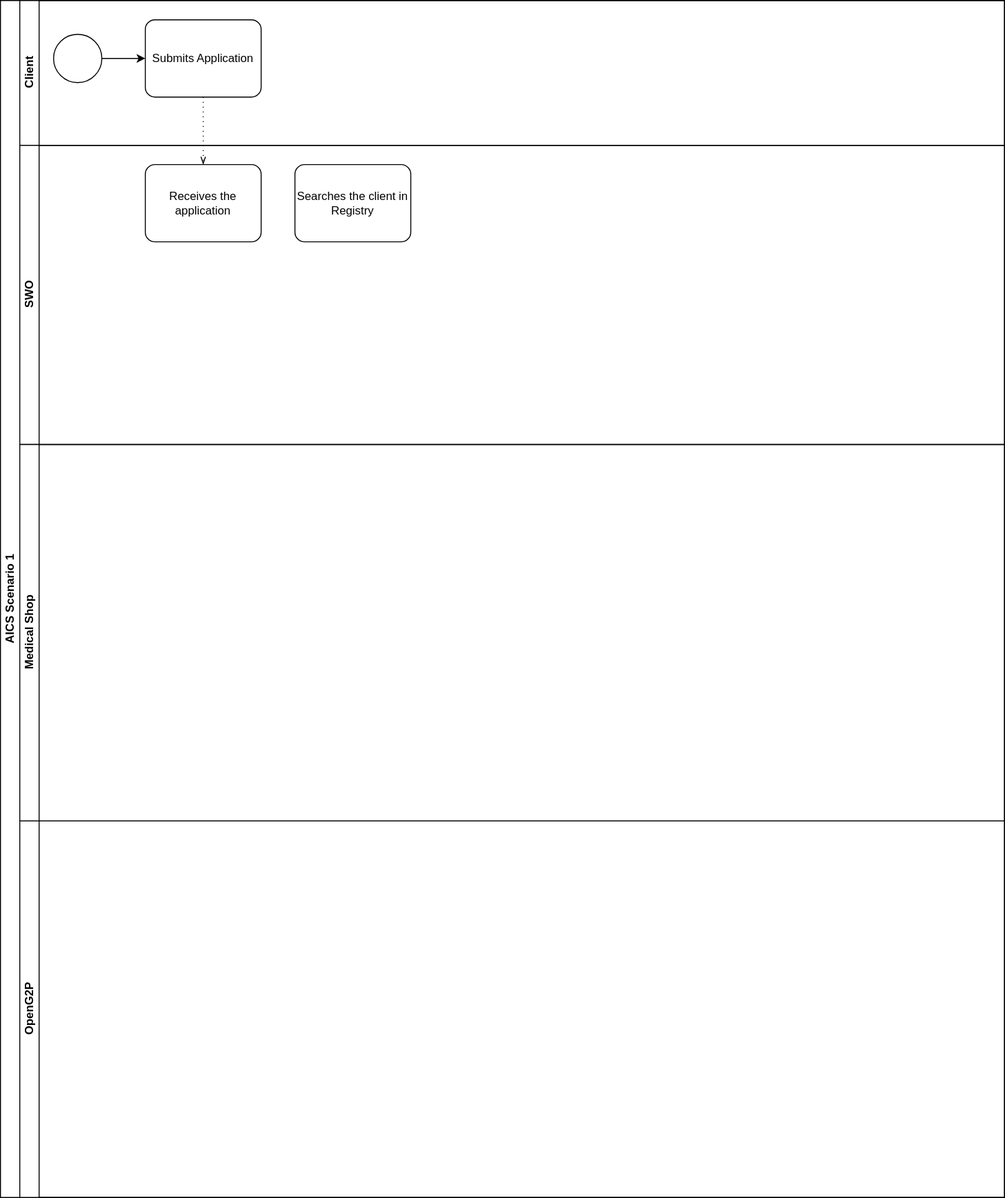
OpenG2P/openg2p-documentation keeps this draw.io diagram as .gitbook/assets/scenario_a_bpmn.svg. Above is the earlier version. Source tidied: cells renumbered, new cells last; positions are measured from the earlier drawing's top-left corner, leaving out a move shared by most shapes. Its diagram source:
```xml
<mxGraphModel>
  <root>
    <mxCell id="0" />
    <mxCell id="1" parent="0" />
    <mxCell id="2" value="AICS Scenario 1" style="swimlane;html=1;horizontal=0;startSize=20;whiteSpace=wrap;" parent="1" vertex="1">
      <mxGeometry width="1040" height="1240" as="geometry" />
    </mxCell>
    <mxCell id="3" value="Client" style="swimlane;html=1;startSize=20;horizontal=0;" parent="2" vertex="1">
      <mxGeometry x="20" width="1020" height="150" as="geometry" />
    </mxCell>
    <mxCell id="4" style="edgeStyle=orthogonalEdgeStyle;rounded=0;jettySize=auto;html=1;" parent="3" edge="1" source="5" target="6">
      <mxGeometry relative="1" as="geometry" />
    </mxCell>
    <mxCell id="5" style="points=[[0.145,0.145,0],[0.5,0,0],[0.855,0.145,0],[1,0.5,0],[0.855,0.855,0],[0.5,1,0],[0.145,0.855,0],[0,0.5,0]];shape=mxgraph.bpmn.event;html=1;verticalLabelPosition=bottom;labelBackgroundColor=#ffffff;verticalAlign=top;align=center;perimeter=ellipsePerimeter;outlineConnect=0;outline=standard;symbol=general;" parent="3" vertex="1">
      <mxGeometry x="35" y="35" width="50" height="50" as="geometry" />
    </mxCell>
    <mxCell id="6" value="Submits Application" style="points=[[0.25,0,0],[0.5,0,0],[0.75,0,0],[1,0.25,0],[1,0.5,0],[1,0.75,0],[0.75,1,0],[0.5,1,0],[0.25,1,0],[0,0.75,0],[0,0.5,0],[0,0.25,0]];shape=mxgraph.bpmn.task;whiteSpace=wrap;rectStyle=rounded;size=10;html=1;taskMarker=abstract;" parent="3" vertex="1">
      <mxGeometry x="130" y="20" width="120" height="80" as="geometry" />
    </mxCell>
    <mxCell id="7" value="SWO" style="swimlane;html=1;startSize=20;horizontal=0;" parent="2" vertex="1">
      <mxGeometry x="20" y="150" width="1020" height="310" as="geometry" />
    </mxCell>
    <mxCell id="8" value="Receives the application" style="points=[[0.25,0,0],[0.5,0,0],[0.75,0,0],[1,0.25,0],[1,0.5,0],[1,0.75,0],[0.75,1,0],[0.5,1,0],[0.25,1,0],[0,0.75,0],[0,0.5,0],[0,0.25,0]];shape=mxgraph.bpmn.task;whiteSpace=wrap;rectStyle=rounded;size=10;html=1;taskMarker=abstract;" parent="7" vertex="1">
      <mxGeometry x="130" y="20" width="120" height="80" as="geometry" />
    </mxCell>
    <mxCell id="9" value="Searches the client in Registry" style="points=[[0.25,0,0],[0.5,0,0],[0.75,0,0],[1,0.25,0],[1,0.5,0],[1,0.75,0],[0.75,1,0],[0.5,1,0],[0.25,1,0],[0,0.75,0],[0,0.5,0],[0,0.25,0]];shape=mxgraph.bpmn.task;whiteSpace=wrap;rectStyle=rounded;size=10;html=1;taskMarker=abstract;" parent="7" vertex="1">
      <mxGeometry x="285" y="20" width="120" height="80" as="geometry" />
    </mxCell>
    <mxCell id="10" value="Medical Shop" style="swimlane;html=1;startSize=20;horizontal=0;" parent="2" vertex="1">
      <mxGeometry x="20" y="460" width="1020" height="390" as="geometry" />
    </mxCell>
    <mxCell id="11" value="OpenG2P" style="swimlane;html=1;startSize=20;horizontal=0;" parent="2" vertex="1">
      <mxGeometry x="20" y="850" width="1020" height="390" as="geometry" />
    </mxCell>
    <mxCell id="12" style="edgeStyle=elbowEdgeStyle;fontSize=12;html=1;endFill=0;startFill=0;endSize=6;startSize=6;dashed=1;dashPattern=1 4;endArrow=openThin;startArrow=none;rounded=0;exitX=0.5;exitY=1;exitDx=0;exitDy=0;exitPerimeter=0;" parent="2" edge="1" source="6" target="8">
      <mxGeometry relative="1" as="geometry" />
    </mxCell>
  </root>
</mxGraphModel>
```
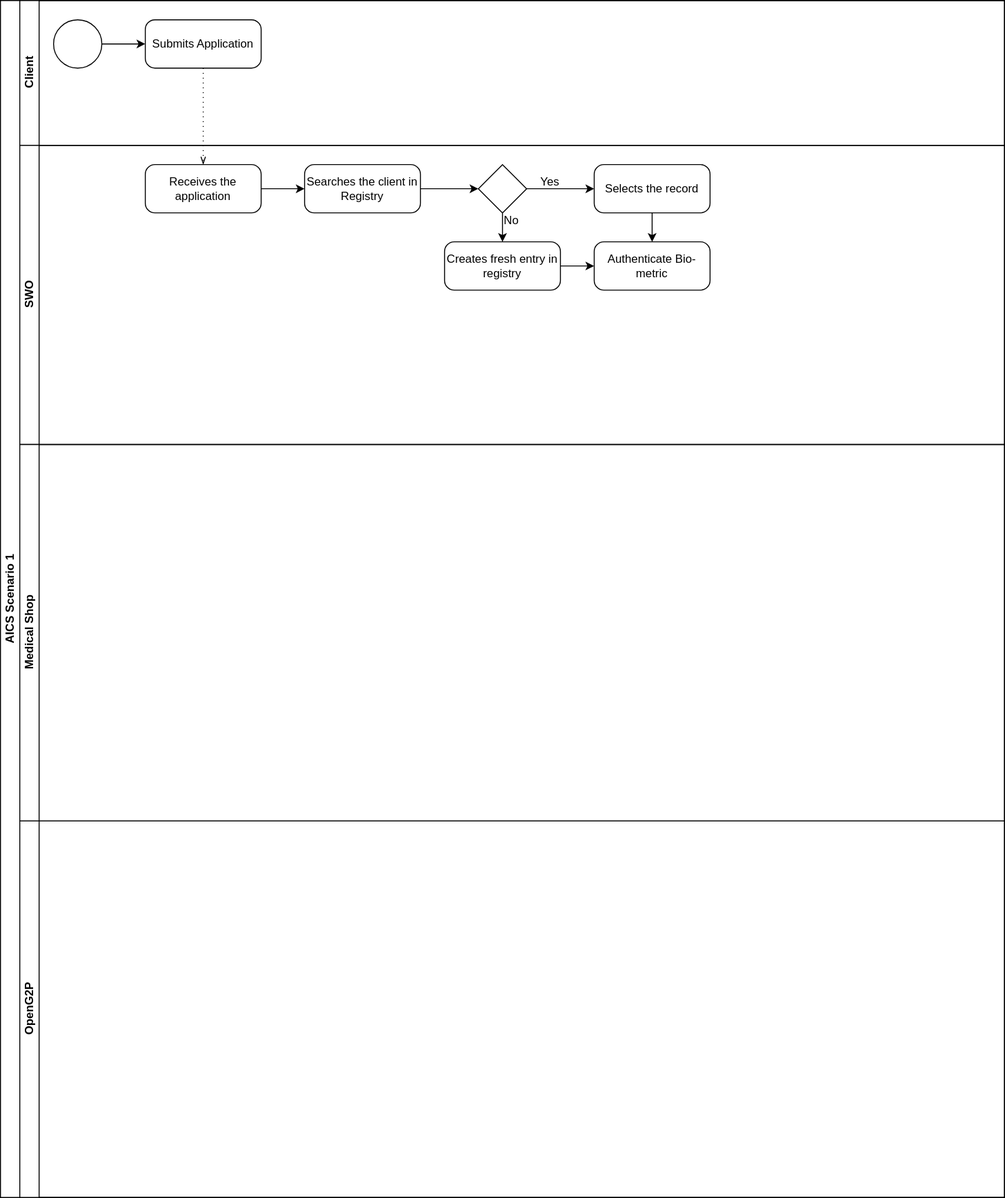
After the commit.

What changed in the source:
```diff
@@ -12,20 +12,53 @@
       <mxGeometry relative="1" as="geometry" />
     </mxCell>
     <mxCell id="5" style="points=[[0.145,0.145,0],[0.5,0,0],[0.855,0.145,0],[1,0.5,0],[0.855,0.855,0],[0.5,1,0],[0.145,0.855,0],[0,0.5,0]];shape=mxgraph.bpmn.event;html=1;verticalLabelPosition=bottom;labelBackgroundColor=#ffffff;verticalAlign=top;align=center;perimeter=ellipsePerimeter;outlineConnect=0;outline=standard;symbol=general;" parent="3" vertex="1">
-      <mxGeometry x="35" y="35" width="50" height="50" as="geometry" />
+      <mxGeometry x="35" y="20" width="50" height="50" as="geometry" />
     </mxCell>
     <mxCell id="6" value="Submits Application" style="points=[[0.25,0,0],[0.5,0,0],[0.75,0,0],[1,0.25,0],[1,0.5,0],[1,0.75,0],[0.75,1,0],[0.5,1,0],[0.25,1,0],[0,0.75,0],[0,0.5,0],[0,0.25,0]];shape=mxgraph.bpmn.task;whiteSpace=wrap;rectStyle=rounded;size=10;html=1;taskMarker=abstract;" parent="3" vertex="1">
-      <mxGeometry x="130" y="20" width="120" height="80" as="geometry" />
+      <mxGeometry x="130" y="20" width="120" height="50" as="geometry" />
     </mxCell>
     <mxCell id="7" value="SWO" style="swimlane;html=1;startSize=20;horizontal=0;" parent="2" vertex="1">
       <mxGeometry x="20" y="150" width="1020" height="310" as="geometry" />
     </mxCell>
+    <mxCell id="13" style="edgeStyle=orthogonalEdgeStyle;rounded=0;jettySize=auto;html=1;" parent="7" edge="1" source="8" target="9">
+      <mxGeometry relative="1" as="geometry" />
+    </mxCell>
     <mxCell id="8" value="Receives the application" style="points=[[0.25,0,0],[0.5,0,0],[0.75,0,0],[1,0.25,0],[1,0.5,0],[1,0.75,0],[0.75,1,0],[0.5,1,0],[0.25,1,0],[0,0.75,0],[0,0.5,0],[0,0.25,0]];shape=mxgraph.bpmn.task;whiteSpace=wrap;rectStyle=rounded;size=10;html=1;taskMarker=abstract;" parent="7" vertex="1">
-      <mxGeometry x="130" y="20" width="120" height="80" as="geometry" />
+      <mxGeometry x="130" y="20" width="120" height="50" as="geometry" />
     </mxCell>
+    <mxCell id="14" style="edgeStyle=orthogonalEdgeStyle;rounded=0;jettySize=auto;html=1;entryX=0;entryY=0.5;entryDx=0;entryDy=0;entryPerimeter=0;" parent="7" edge="1" source="9" target="17">
+      <mxGeometry relative="1" as="geometry" />
+    </mxCell>
     <mxCell id="9" value="Searches the client in Registry" style="points=[[0.25,0,0],[0.5,0,0],[0.75,0,0],[1,0.25,0],[1,0.5,0],[1,0.75,0],[0.75,1,0],[0.5,1,0],[0.25,1,0],[0,0.75,0],[0,0.5,0],[0,0.25,0]];shape=mxgraph.bpmn.task;whiteSpace=wrap;rectStyle=rounded;size=10;html=1;taskMarker=abstract;" parent="7" vertex="1">
-      <mxGeometry x="285" y="20" width="120" height="80" as="geometry" />
+      <mxGeometry x="295" y="20" width="120" height="50" as="geometry" />
     </mxCell>
+    <mxCell id="15" style="edgeStyle=orthogonalEdgeStyle;rounded=0;jettySize=auto;html=1;" parent="7" edge="1" source="17" target="21">
+      <mxGeometry relative="1" as="geometry" />
+    </mxCell>
+    <mxCell id="16" style="edgeStyle=orthogonalEdgeStyle;rounded=0;jettySize=auto;html=1;" parent="7" edge="1" source="17" target="19">
+      <mxGeometry relative="1" as="geometry" />
+    </mxCell>
+    <mxCell id="17" style="points=[[0.25,0.25,0],[0.5,0,0],[0.75,0.25,0],[1,0.5,0],[0.75,0.75,0],[0.5,1,0],[0.25,0.75,0],[0,0.5,0]];shape=mxgraph.bpmn.gateway2;html=1;verticalLabelPosition=bottom;labelBackgroundColor=#ffffff;verticalAlign=top;align=center;perimeter=rhombusPerimeter;outlineConnect=0;outline=none;symbol=none;" parent="7" vertex="1">
+      <mxGeometry x="475" y="20" width="50" height="50" as="geometry" />
+    </mxCell>
+    <mxCell id="18" style="edgeStyle=orthogonalEdgeStyle;rounded=0;jettySize=auto;html=1;" parent="7" edge="1" source="19" target="23">
+      <mxGeometry relative="1" as="geometry" />
+    </mxCell>
+    <mxCell id="19" value="Creates fresh entry in registry" style="points=[[0.25,0,0],[0.5,0,0],[0.75,0,0],[1,0.25,0],[1,0.5,0],[1,0.75,0],[0.75,1,0],[0.5,1,0],[0.25,1,0],[0,0.75,0],[0,0.5,0],[0,0.25,0]];shape=mxgraph.bpmn.task;whiteSpace=wrap;rectStyle=rounded;size=10;html=1;taskMarker=abstract;" parent="7" vertex="1">
+      <mxGeometry x="440" y="100" width="120" height="50" as="geometry" />
+    </mxCell>
+    <mxCell id="20" style="edgeStyle=orthogonalEdgeStyle;rounded=0;jettySize=auto;html=1;" parent="7" edge="1" source="21" target="23">
+      <mxGeometry relative="1" as="geometry" />
+    </mxCell>
+    <mxCell id="21" value="Selects the record" style="points=[[0.25,0,0],[0.5,0,0],[0.75,0,0],[1,0.25,0],[1,0.5,0],[1,0.75,0],[0.75,1,0],[0.5,1,0],[0.25,1,0],[0,0.75,0],[0,0.5,0],[0,0.25,0]];shape=mxgraph.bpmn.task;whiteSpace=wrap;rectStyle=rounded;size=10;html=1;taskMarker=abstract;" parent="7" vertex="1">
+      <mxGeometry x="595" y="20" width="120" height="50" as="geometry" />
+    </mxCell>
+    <mxCell id="22" value="Yes" style="text;html=1;strokeColor=none;fillColor=none;align=center;verticalAlign=middle;whiteSpace=wrap;rounded=0;" parent="7" vertex="1">
+      <mxGeometry x="532" y="33" width="35" height="10" as="geometry" />
+    </mxCell>
+    <mxCell id="23" value="Authenticate Bio-metric" style="points=[[0.25,0,0],[0.5,0,0],[0.75,0,0],[1,0.25,0],[1,0.5,0],[1,0.75,0],[0.75,1,0],[0.5,1,0],[0.25,1,0],[0,0.75,0],[0,0.5,0],[0,0.25,0]];shape=mxgraph.bpmn.task;whiteSpace=wrap;rectStyle=rounded;size=10;html=1;taskMarker=abstract;" parent="7" vertex="1">
+      <mxGeometry x="595" y="100" width="120" height="50" as="geometry" />
+    </mxCell>
     <mxCell id="10" value="Medical Shop" style="swimlane;html=1;startSize=20;horizontal=0;" parent="2" vertex="1">
       <mxGeometry x="20" y="460" width="1020" height="390" as="geometry" />
     </mxCell>
@@ -35,5 +68,8 @@
     <mxCell id="12" style="edgeStyle=elbowEdgeStyle;fontSize=12;html=1;endFill=0;startFill=0;endSize=6;startSize=6;dashed=1;dashPattern=1 4;endArrow=openThin;startArrow=none;rounded=0;exitX=0.5;exitY=1;exitDx=0;exitDy=0;exitPerimeter=0;" parent="2" edge="1" source="6" target="8">
       <mxGeometry relative="1" as="geometry" />
     </mxCell>
+    <mxCell id="24" value="No" style="text;html=1;strokeColor=none;fillColor=none;align=center;verticalAlign=middle;whiteSpace=wrap;rounded=0;" parent="1" vertex="1">
+      <mxGeometry x="512" y="223" width="35" height="10" as="geometry" />
+    </mxCell>
   </root>
 </mxGraphModel>
```
